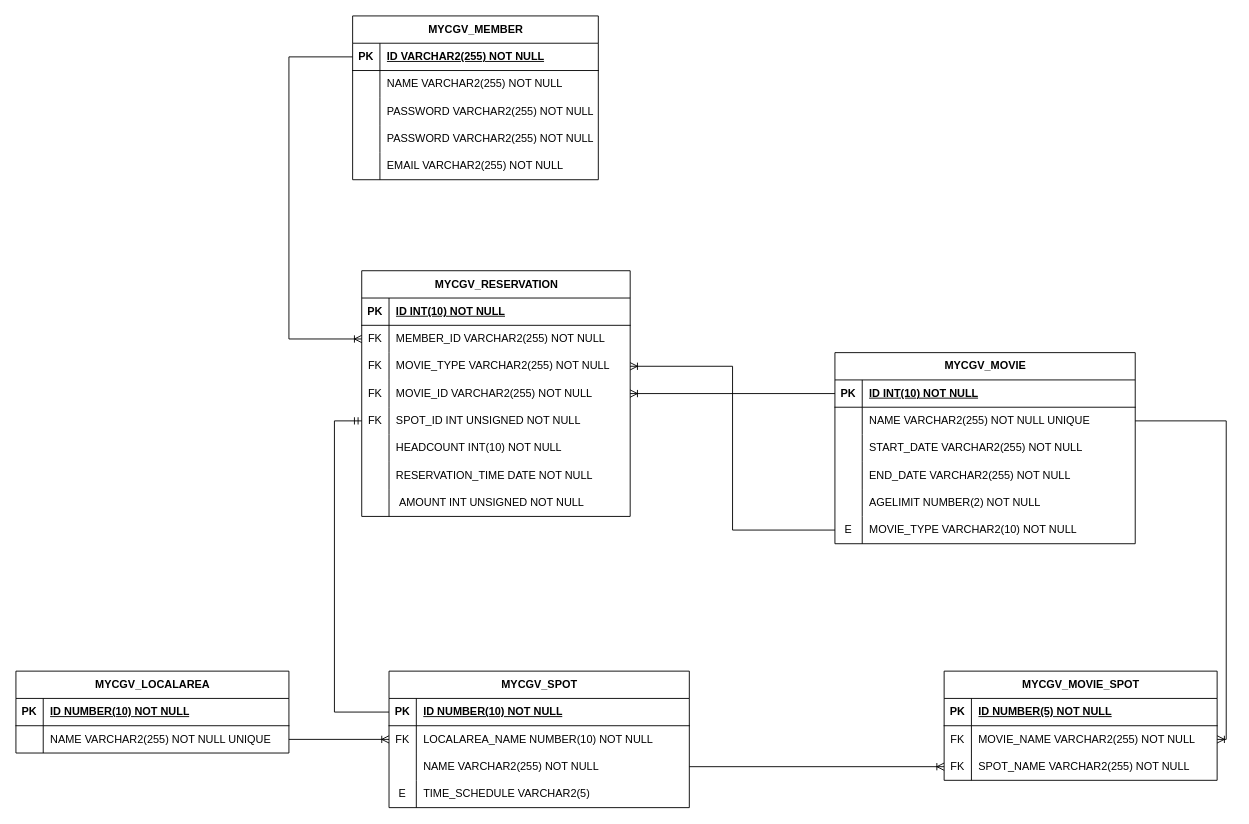
This is new mycgv_erd.drawio from jaehyeonkim0/mycgv, a draw.io file, before an edit. Source tidied: cells renumbered, new cells numbered last; positions are measured from the earlier drawing's top-left corner, leaving out a move shared by most shapes. Both pictures are drawn from the tidied source at 91%, with x=0, y=0 at pixel (15, 15).
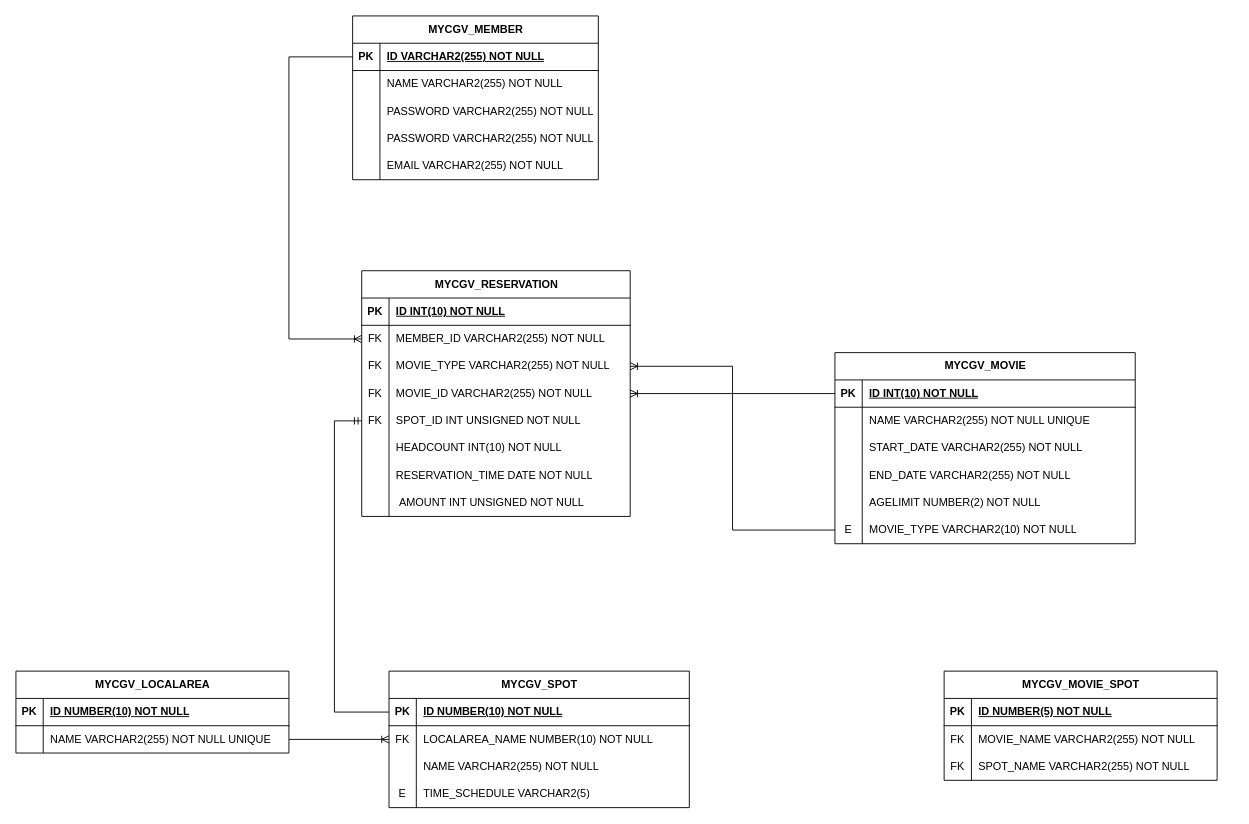
The same diagram, later.

The change refers to these unchanged cells:
```xml
<mxCell id="6" style="shape=tableRow;horizontal=0;startSize=0;swimlaneHead=0;swimlaneBody=0;fillColor=none;points=[[0,0.5],[1,0.5]];portConstraint=eastwest;top=0;left=0;right=0;bottom=0;" parent="2" vertex="1">
  <mxGeometry y="60" width="330" height="30" as="geometry" />
</mxCell>
<mxCell id="35" style="shape=tableRow;horizontal=0;startSize=0;swimlaneHead=0;swimlaneBody=0;fillColor=none;points=[[0,0.5],[1,0.5]];portConstraint=eastwest;top=0;left=0;right=0;bottom=0;" parent="28" vertex="1">
  <mxGeometry y="90" width="330" height="30" as="geometry" />
</mxCell>
<mxCell id="46" style="shape=tableRow;horizontal=0;startSize=0;swimlaneHead=0;swimlaneBody=0;fillColor=none;points=[[0,0.5],[1,0.5]];portConstraint=eastwest;top=0;left=0;right=0;bottom=0;" parent="42" vertex="1">
  <mxGeometry y="60" width="300" height="30" as="geometry" />
</mxCell>
<mxCell id="49" style="shape=tableRow;horizontal=0;startSize=0;swimlaneHead=0;swimlaneBody=0;fillColor=none;points=[[0,0.5],[1,0.5]];portConstraint=eastwest;top=0;left=0;right=0;bottom=0;" parent="42" vertex="1">
  <mxGeometry y="90" width="300" height="30" as="geometry" />
</mxCell>
```

Change to the diagram source:
```diff
@@
-    <mxCell id="52" style="edgeStyle=orthogonalEdgeStyle;fontSize=12;html=1;endArrow=ERoneToMany;rounded=0;exitX=1;exitY=0.5;exitDx=0;exitDy=0;entryX=1;entryY=0.5;entryDx=0;entryDy=0;" parent="1" edge="1" source="6" target="46">
-      <mxGeometry relative="1" as="geometry" />
-    </mxCell>
-    <mxCell id="53" style="edgeStyle=orthogonalEdgeStyle;fontSize=12;html=1;endArrow=ERoneToMany;rounded=0;exitX=1;exitY=0.5;exitDx=0;exitDy=0;entryX=0;entryY=0.5;entryDx=0;entryDy=0;" parent="1" edge="1" source="35" target="49">
-      <mxGeometry relative="1" as="geometry" />
-    </mxCell>
```
